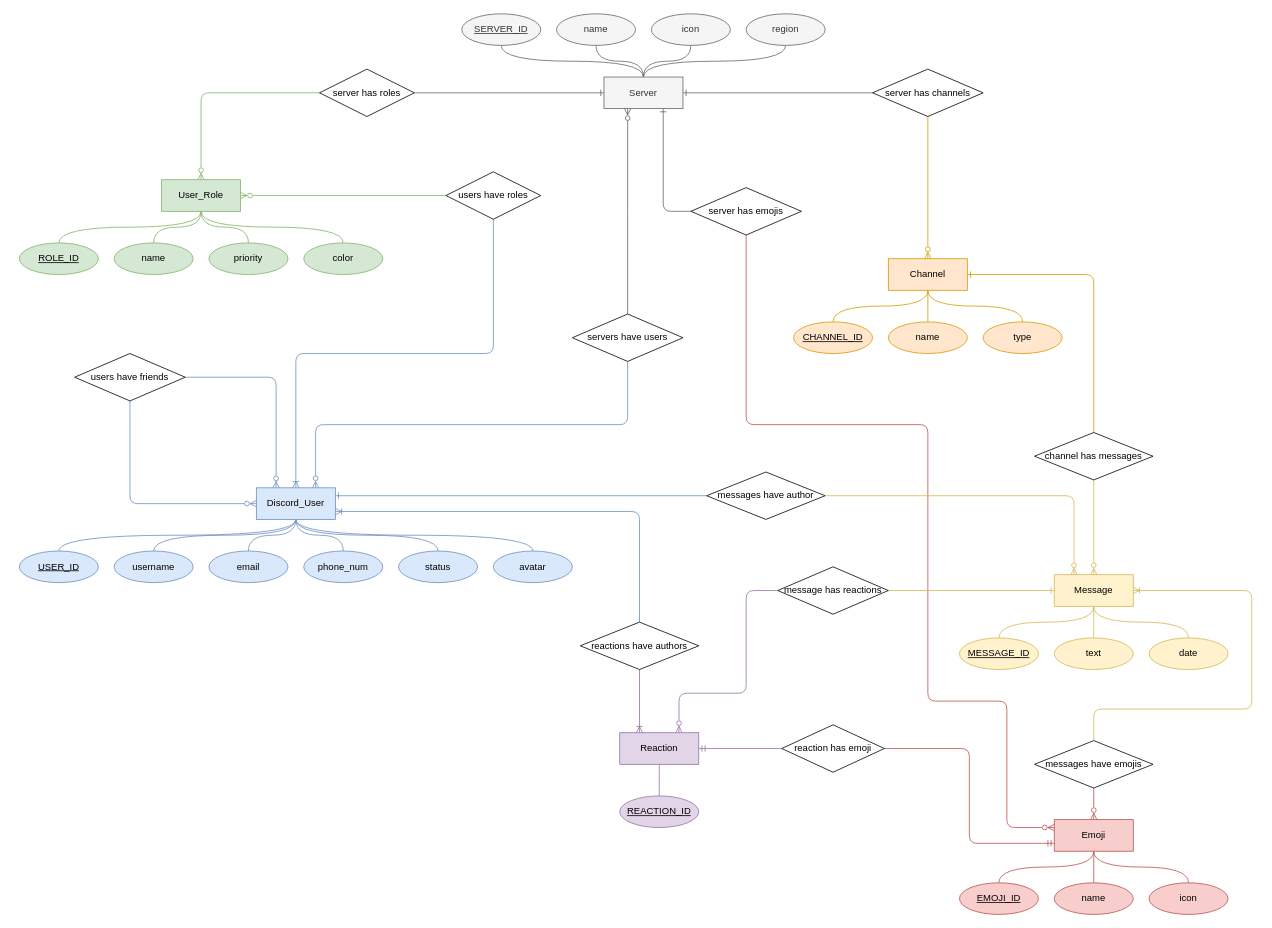
The draw.io diagram diagrams/Discord_ER.drawio in Mruzik1/Database-Application, before the edit. Source tidied: cells renumbered, new cells numbered last; positions are measured from the earlier drawing's top-left corner, leaving out a move shared by most shapes. Both pictures are drawn from the tidied source at 79%, with x=0, y=0 at pixel (19, 13).
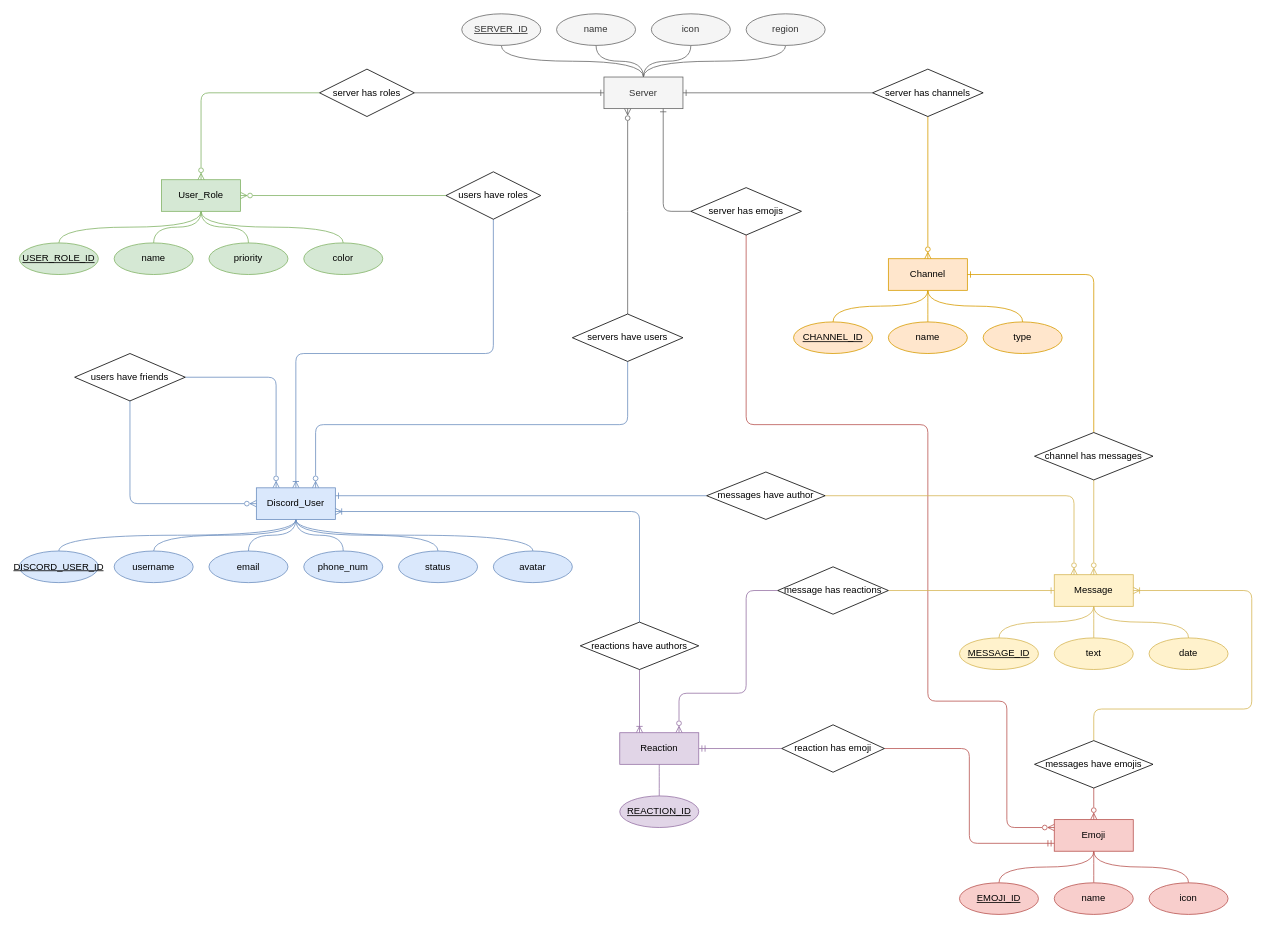
After the change.

The edit, as a diff of the source:
```diff
@@
-    <mxCell id="43" value="USER_ID" style="ellipse;whiteSpace=wrap;html=1;align=center;fontStyle=4;fillColor=#dae8fc;strokeColor=#6c8ebf;" parent="1" vertex="1">
+    <mxCell id="43" value="DISCORD_USER_ID" style="ellipse;whiteSpace=wrap;html=1;align=center;fontStyle=4;fillColor=#dae8fc;strokeColor=#6c8ebf;" parent="1" vertex="1">
       <mxGeometry y="680" width="100" height="40" as="geometry" />
     </mxCell>
@@
-    <mxCell id="53" value="ROLE_ID" style="ellipse;whiteSpace=wrap;html=1;align=center;fontStyle=4;fillColor=#d5e8d4;strokeColor=#82b366;" parent="1" vertex="1">
+    <mxCell id="53" value="USER_ROLE_ID" style="ellipse;whiteSpace=wrap;html=1;align=center;fontStyle=4;fillColor=#d5e8d4;strokeColor=#82b366;" parent="1" vertex="1">
       <mxGeometry y="290" width="100" height="40" as="geometry" />
     </mxCell>
```
